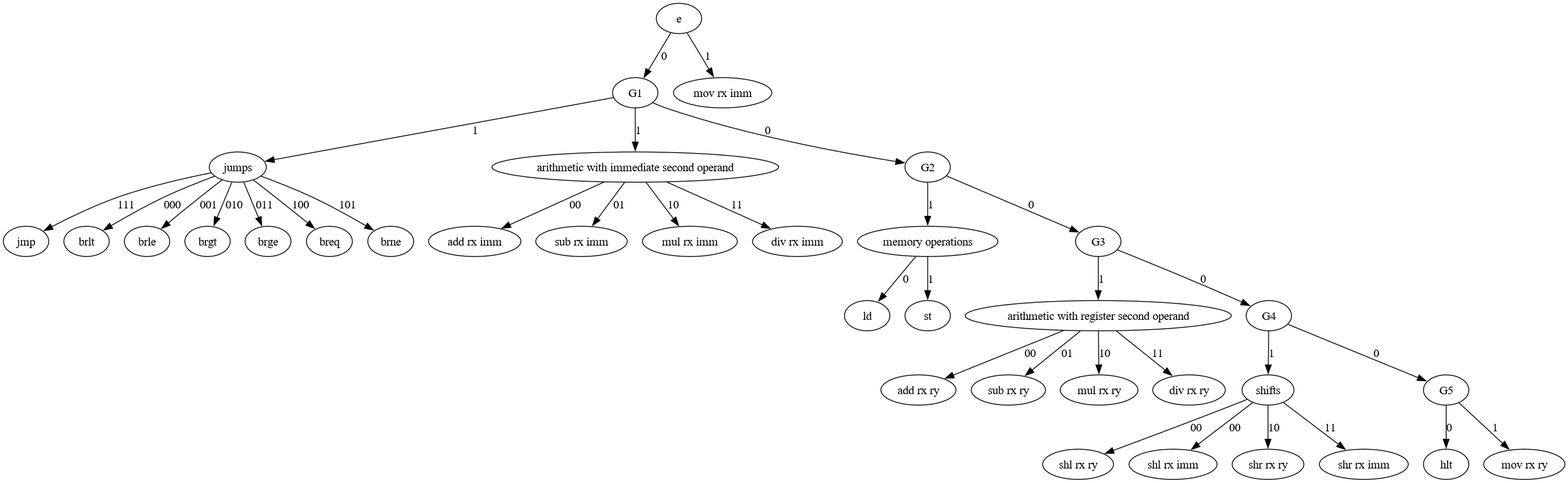
Above: nstt7/encoding.png in bo1led-owl/syspro-cpp (Graphviz), before the change. Its source is kept beside it as nstt7/encoding.dot. Its diagram source:
```dot
digraph encoding {
    e -> G1 [label=0]

    e -> "mov rx imm" [label=1]

    G1 -> jumps [label=1]

    jumps -> jmp [label=111]
    jumps -> brlt [label=000]
    jumps -> brle [label=001]
    jumps -> brgt [label=010]
    jumps -> brge [label=011]
    jumps -> breq [label=100]
    jumps -> brne [label=101]

    G1 -> "arithmetic with immediate second operand" [label=1]
    "arithmetic with immediate second operand" -> "add rx imm" [label=00]
    "arithmetic with immediate second operand" -> "sub rx imm" [label=01]
    "arithmetic with immediate second operand" -> "mul rx imm" [label=10]
    "arithmetic with immediate second operand" -> "div rx imm" [label=11]

    G1 -> G2 [label=0]

    G2 -> "memory operations" [label=1]
    "memory operations" -> ld [label=0]
    "memory operations" -> st [label=1]

    G2 -> G3 [label=0]

    G3 -> "arithmetic with register second operand" [label=1]
    "arithmetic with register second operand" -> "add rx ry" [label=00]
    "arithmetic with register second operand" -> "sub rx ry" [label=01]
    "arithmetic with register second operand" -> "mul rx ry" [label=10]
    "arithmetic with register second operand" -> "div rx ry" [label=11]

    G3 -> G4 [label=0]

    G4 -> shifts [label=1]
    shifts -> "shl rx ry"  [label=00]
    shifts -> "shl rx imm" [label=00]
    shifts -> "shr rx ry"  [label=10]
    shifts -> "shr rx imm"  [label=11]

    G4 -> G5 [label=0]

    G5 -> hlt [label=0]
    G5 -> "mov rx ry" [label=1]
}
```
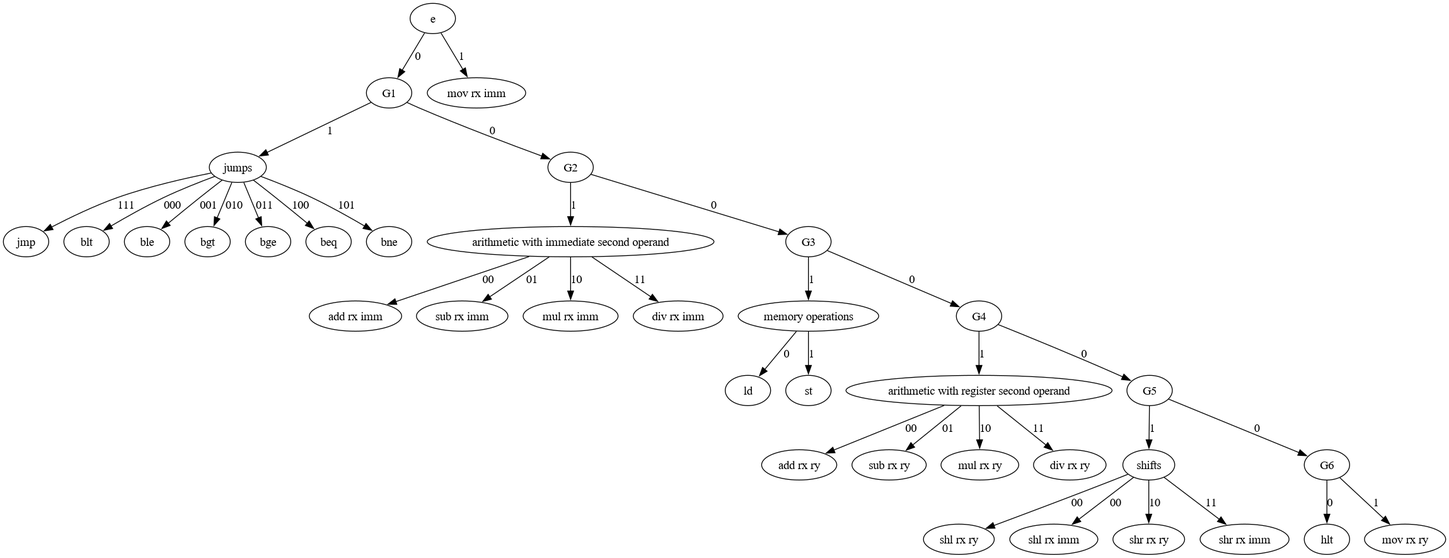
The same diagram one commit later.

Change to the diagram source:
```diff
@@ -6,43 +6,45 @@
     G1 -> jumps [label=1]
 
     jumps -> jmp [label=111]
-    jumps -> brlt [label=000]
-    jumps -> brle [label=001]
-    jumps -> brgt [label=010]
-    jumps -> brge [label=011]
-    jumps -> breq [label=100]
-    jumps -> brne [label=101]
+    jumps -> blt [label=000]
+    jumps -> ble [label=001]
+    jumps -> bgt [label=010]
+    jumps -> bge [label=011]
+    jumps -> beq [label=100]
+    jumps -> bne [label=101]
 
-    G1 -> "arithmetic with immediate second operand" [label=1]
+    G1 -> G2 [label=0]
+
+    G2 -> "arithmetic with immediate second operand" [label=1]
     "arithmetic with immediate second operand" -> "add rx imm" [label=00]
     "arithmetic with immediate second operand" -> "sub rx imm" [label=01]
     "arithmetic with immediate second operand" -> "mul rx imm" [label=10]
     "arithmetic with immediate second operand" -> "div rx imm" [label=11]
 
-    G1 -> G2 [label=0]
+    G2 -> G3 [label=0]
 
-    G2 -> "memory operations" [label=1]
+    G3 -> "memory operations" [label=1]
     "memory operations" -> ld [label=0]
     "memory operations" -> st [label=1]
 
-    G2 -> G3 [label=0]
+    G3 -> G4 [label=0]
 
-    G3 -> "arithmetic with register second operand" [label=1]
+    G4 -> "arithmetic with register second operand" [label=1]
     "arithmetic with register second operand" -> "add rx ry" [label=00]
     "arithmetic with register second operand" -> "sub rx ry" [label=01]
     "arithmetic with register second operand" -> "mul rx ry" [label=10]
     "arithmetic with register second operand" -> "div rx ry" [label=11]
 
-    G3 -> G4 [label=0]
+    G4 -> G5 [label=0]
 
-    G4 -> shifts [label=1]
+    G5 -> shifts [label=1]
     shifts -> "shl rx ry"  [label=00]
     shifts -> "shl rx imm" [label=00]
     shifts -> "shr rx ry"  [label=10]
     shifts -> "shr rx imm"  [label=11]
 
-    G4 -> G5 [label=0]
+    G5 -> G6 [label=0]
 
-    G5 -> hlt [label=0]
-    G5 -> "mov rx ry" [label=1]
+    G6 -> hlt [label=0]
+    G6 -> "mov rx ry" [label=1]
 }
```
